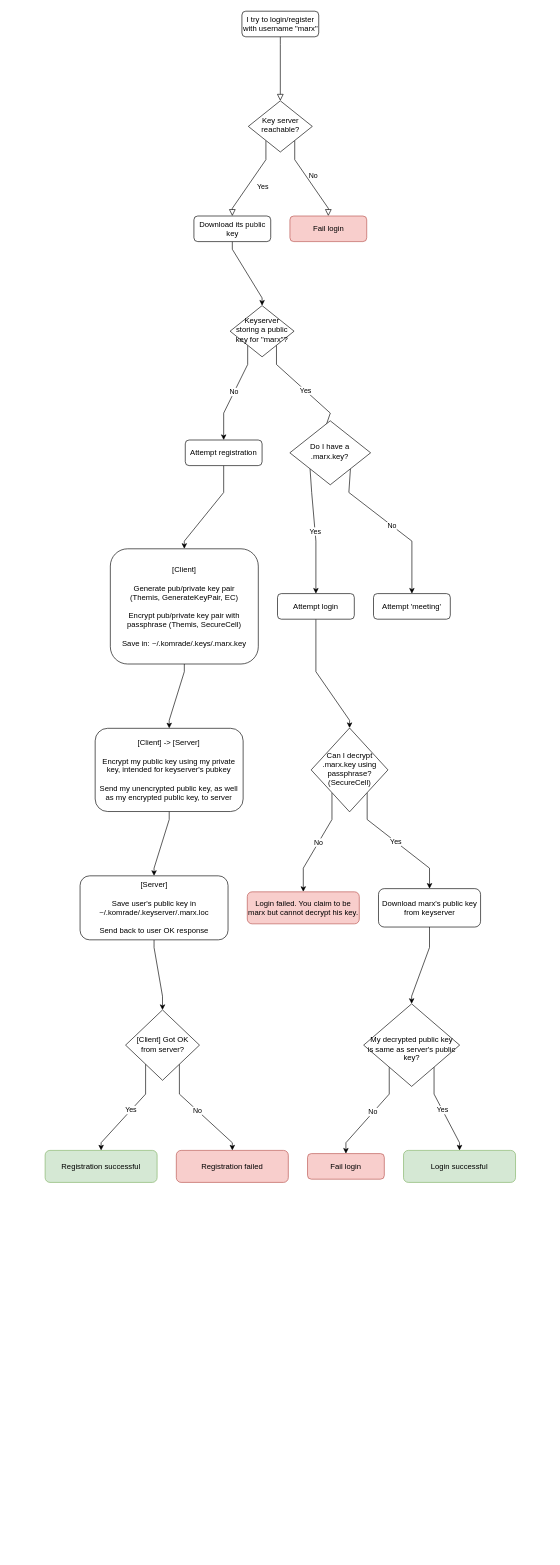
This is cryptosystems.drawio from ComradOrg/Comrad, a draw.io file, before an edit. Source tidied: cells renumbered, new cells numbered last; positions are measured from the earlier drawing's top-left corner, leaving out a move shared by most shapes. Both pictures are drawn from the tidied source at 64%, with x=0, y=0 at pixel (45, 11).
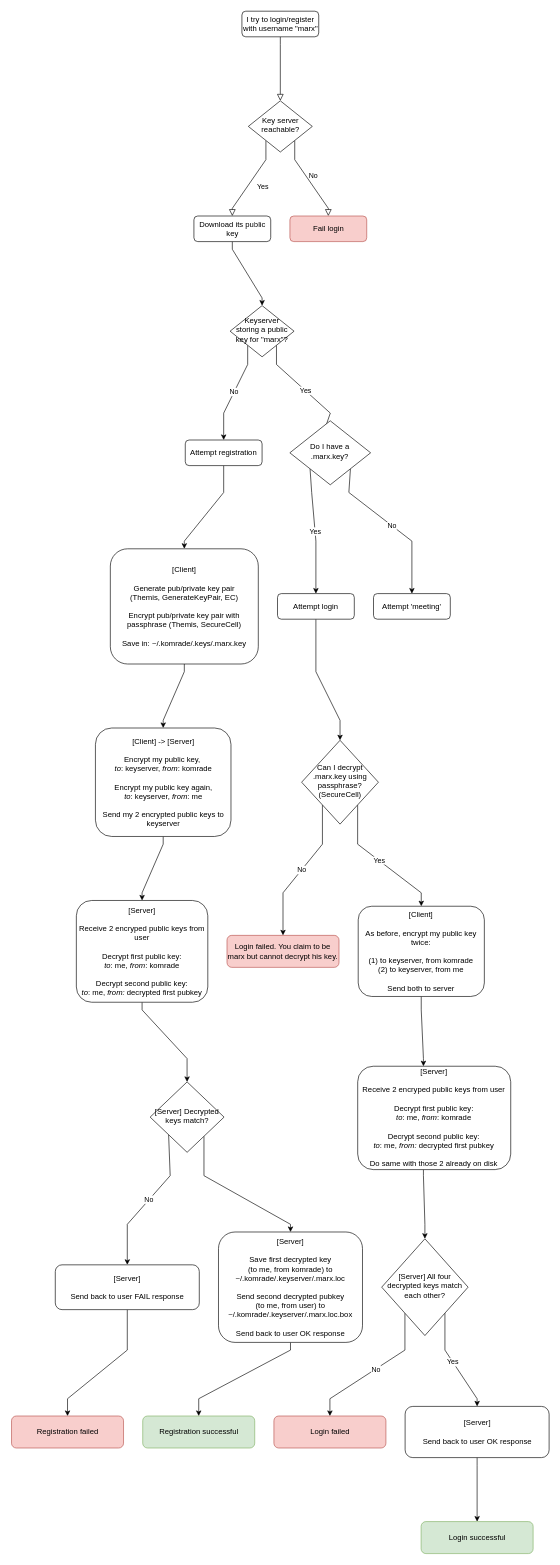
After the change.

Unchanged cells that the change refers to:
```xml
<mxCell id="20" value="Attempt login" style="rounded=1;whiteSpace=wrap;html=1;fontSize=12;glass=0;strokeWidth=1;shadow=0;" parent="1" vertex="1">
  <mxGeometry x="363.1" y="910" width="120" height="40" as="geometry" />
</mxCell>
<mxCell id="22" value="&lt;div&gt;&lt;span&gt;[Client]&lt;/span&gt;&lt;/div&gt;&lt;div&gt;&lt;span&gt;&lt;br&gt;&lt;/span&gt;&lt;/div&gt;&lt;span&gt;Generate pub/private key pair&lt;br&gt;(Themis, GenerateKeyPair, EC)&lt;br&gt;&lt;/span&gt;&lt;br&gt;&lt;span&gt;Encrypt pub/private key pair with passphrase&amp;nbsp;&lt;/span&gt;&lt;span&gt;(Themis, SecureCell)&lt;br&gt;&lt;/span&gt;&lt;br&gt;&lt;span&gt;Save in:&amp;nbsp;&lt;/span&gt;&lt;span&gt;~/.komrade/.keys/.marx.key&lt;/span&gt;" style="rounded=1;whiteSpace=wrap;html=1;fontSize=12;glass=0;strokeWidth=1;shadow=0;align=center;" parent="1" vertex="1">
  <mxGeometry x="101.9" y="840" width="231.2" height="180" as="geometry" />
</mxCell>
```

The edit, as a diff of the source:
```diff
@@
     <mxCell id="19" style="edgeStyle=orthogonalEdgeStyle;rounded=0;jettySize=auto;html=1;noEdgeStyle=1;orthogonal=1;entryX=0.5;entryY=0;entryDx=0;entryDy=0;" parent="1" edge="1" source="20" target="25">
       <mxGeometry relative="1" as="geometry">
         <Array as="points">
           <mxPoint x="423.1" y="1032" />
-          <mxPoint x="475.7" y="1108" />
+          <mxPoint x="460.8" y="1108" />
         </Array>
       </mxGeometry>
     </mxCell>
@@
     <mxCell id="21" style="edgeStyle=orthogonalEdgeStyle;rounded=0;jettySize=auto;html=1;noEdgeStyle=1;orthogonal=1;" parent="1" edge="1" source="22" target="42">
       <mxGeometry relative="1" as="geometry">
         <Array as="points">
           <mxPoint x="217.5" y="1032" />
-          <mxPoint x="193.9" y="1108" />
+          <mxPoint x="184.5" y="1108" />
         </Array>
       </mxGeometry>
     </mxCell>
@@
     <mxCell id="23" value="No" style="edgeStyle=orthogonalEdgeStyle;rounded=0;jettySize=auto;html=1;entryX=0.5;entryY=0;entryDx=0;entryDy=0;noEdgeStyle=1;orthogonal=1;" parent="1" edge="1" source="25" target="33">
       <mxGeometry relative="1" as="geometry">
         <Array as="points">
-          <mxPoint x="448.2" y="1263" />
-          <mxPoint x="403.4" y="1339" />
+          <mxPoint x="433.3" y="1301.5" />
+          <mxPoint x="371.7" y="1377.5" />
         </Array>
       </mxGeometry>
     </mxCell>
     <mxCell id="24" value="Yes" style="edgeStyle=orthogonalEdgeStyle;rounded=0;jettySize=auto;html=1;entryX=0.5;entryY=0;entryDx=0;entryDy=0;noEdgeStyle=1;orthogonal=1;" parent="1" edge="1" source="25" target="35">
       <mxGeometry relative="1" as="geometry">
         <Array as="points">
-          <mxPoint x="503.2" y="1263" />
-          <mxPoint x="600.6" y="1339" />
+          <mxPoint x="488.3" y="1301.5" />
+          <mxPoint x="587.7" y="1377.5" />
         </Array>
       </mxGeometry>
     </mxCell>
     <mxCell id="25" value="Can I decrypt .marx.key using passphrase? (SecureCell)" style="rhombus;whiteSpace=wrap;html=1;shadow=0;fontFamily=Helvetica;fontSize=12;align=center;strokeWidth=1;spacing=6;spacingTop=-4;" parent="1" vertex="1">
-      <mxGeometry x="415.7" y="1120" width="120" height="131" as="geometry" />
+      <mxGeometry x="400.8" y="1139.2" width="120" height="131" as="geometry" />
     </mxCell>
     <mxCell id="26" value="Registration successful" style="rounded=1;whiteSpace=wrap;html=1;fontSize=12;glass=0;strokeWidth=1;shadow=0;fillColor=#d5e8d4;strokeColor=#82b366;" parent="1" vertex="1">
-      <mxGeometry y="1780" width="175" height="50" as="geometry" />
+      <mxGeometry x="152.5" y="2195" width="175" height="50" as="geometry" />
     </mxCell>
-    <mxCell id="27" style="edgeStyle=orthogonalEdgeStyle;rounded=0;jettySize=auto;html=1;noEdgeStyle=1;orthogonal=1;" parent="1" edge="1" source="28" target="31">
+    <mxCell id="27" style="edgeStyle=orthogonalEdgeStyle;rounded=0;jettySize=auto;html=1;noEdgeStyle=1;orthogonal=1;" parent="1" edge="1" source="28" target="46">
       <mxGeometry relative="1" as="geometry">
         <Array as="points">
-          <mxPoint x="170.2" y="1463" />
-          <mxPoint x="183.4" y="1539" />
+          <mxPoint x="151.5" y="1560.5" />
+          <mxPoint x="221.8" y="1636.5" />
         </Array>
       </mxGeometry>
     </mxCell>
-    <mxCell id="28" value="&lt;div&gt;&lt;span&gt;[Server]&lt;/span&gt;&lt;/div&gt;&lt;div&gt;&lt;span&gt;&lt;br&gt;&lt;/span&gt;&lt;/div&gt;&lt;div&gt;Save user's public key in&lt;/div&gt;&lt;div&gt;~/.komrade/.keyserver/.marx.loc&lt;/div&gt;&lt;div&gt;&lt;br&gt;&lt;/div&gt;&lt;div&gt;&lt;div&gt;Send back to user OK response&lt;/div&gt;&lt;/div&gt;" style="rounded=1;whiteSpace=wrap;html=1;fontSize=12;glass=0;strokeWidth=1;shadow=0;align=center;" parent="1" vertex="1">
-      <mxGeometry x="54.6" y="1351" width="231.2" height="100" as="geometry" />
+    <mxCell id="28" value="&lt;div&gt;&lt;span&gt;[Server]&lt;/span&gt;&lt;/div&gt;&lt;div&gt;&lt;br&gt;&lt;/div&gt;&lt;div&gt;Receive 2 encryped public keys from user&lt;/div&gt;&lt;div&gt;&lt;br&gt;&lt;/div&gt;&lt;div&gt;Decrypt first public key:&lt;/div&gt;&lt;div&gt;&lt;i&gt;to&lt;/i&gt;: me,&amp;nbsp;&lt;span&gt;&lt;i&gt;from&lt;/i&gt;: komrade&lt;/span&gt;&lt;/div&gt;&lt;div&gt;&lt;br&gt;&lt;/div&gt;&lt;div&gt;Decrypt second public key:&lt;/div&gt;&lt;div&gt;&lt;i&gt;to&lt;/i&gt;: me, &lt;i&gt;from:&lt;/i&gt;&amp;nbsp;&lt;span&gt;decrypted first pubkey&lt;/span&gt;&lt;/div&gt;" style="rounded=1;whiteSpace=wrap;html=1;fontSize=12;glass=0;strokeWidth=1;shadow=0;align=center;" parent="1" vertex="1">
+      <mxGeometry x="48.8" y="1389.5" width="205.4" height="159" as="geometry" />
     </mxCell>
-    <mxCell id="29" value="Yes" style="edgeStyle=orthogonalEdgeStyle;rounded=0;jettySize=auto;html=1;noEdgeStyle=1;orthogonal=1;" parent="1" edge="1" source="31" target="26">
-      <mxGeometry relative="1" as="geometry">
-        <Array as="points">
-          <mxPoint x="157" y="1692" />
-          <mxPoint x="87.5" y="1768" />
-        </Array>
-      </mxGeometry>
-    </mxCell>
-    <mxCell id="30" value="No" style="edgeStyle=orthogonalEdgeStyle;rounded=0;jettySize=auto;html=1;noEdgeStyle=1;orthogonal=1;" parent="1" edge="1" source="31" target="32">
-      <mxGeometry relative="1" as="geometry">
-        <Array as="points">
-          <mxPoint x="209.8" y="1692" />
-          <mxPoint x="292.5" y="1768" />
-        </Array>
-      </mxGeometry>
-    </mxCell>
-    <mxCell id="31" value="[Client] Got OK from server?" style="rhombus;whiteSpace=wrap;html=1;shadow=0;fontFamily=Helvetica;fontSize=12;align=center;strokeWidth=1;spacing=6;spacingTop=-4;" parent="1" vertex="1">
-      <mxGeometry x="125.7" y="1560.5" width="115.5" height="110" as="geometry" />
-    </mxCell>
     <mxCell id="32" value="Registration failed" style="rounded=1;whiteSpace=wrap;html=1;fontSize=12;glass=0;strokeWidth=1;shadow=0;fillColor=#f8cecc;strokeColor=#b85450;" parent="1" vertex="1">
-      <mxGeometry x="205" y="1780" width="175" height="50" as="geometry" />
+      <mxGeometry x="-52.5" y="2195" width="175" height="50" as="geometry" />
     </mxCell>
     <mxCell id="33" value="Login failed. You claim to be marx but cannot decrypt his key." style="rounded=1;whiteSpace=wrap;html=1;fontSize=12;glass=0;strokeWidth=1;shadow=0;fillColor=#f8cecc;strokeColor=#b85450;" parent="1" vertex="1">
-      <mxGeometry x="315.9" y="1376" width="175" height="50" as="geometry" />
+      <mxGeometry x="284.2" y="1444" width="175" height="50" as="geometry" />
     </mxCell>
-    <mxCell id="34" style="edgeStyle=orthogonalEdgeStyle;rounded=0;jettySize=auto;html=1;noEdgeStyle=1;orthogonal=1;" parent="1" edge="1" source="35" target="38">
-      <mxGeometry relative="1" as="geometry">
-        <Array as="points">
-          <mxPoint x="600.6" y="1463" />
-          <mxPoint x="572.7" y="1539" />
-        </Array>
-      </mxGeometry>
-    </mxCell>
+    <mxCell id="43" style="edgeStyle=orthogonalEdgeStyle;rounded=0;jettySize=auto;html=1;noEdgeStyle=1;orthogonal=1;" parent="1" edge="1" source="35" target="50">
+      <mxGeometry relative="1" as="geometry">
+        <Array as="points">
+          <mxPoint x="587.7" y="1560.5" />
+          <mxPoint x="591.1" y="1636.5" />
+        </Array>
+      </mxGeometry>
+    </mxCell>
-    <mxCell id="35" value="&lt;div&gt;Download marx's public key from keyserver&lt;/div&gt;" style="rounded=1;whiteSpace=wrap;html=1;fontSize=12;glass=0;strokeWidth=1;shadow=0;align=center;" parent="1" vertex="1">
-      <mxGeometry x="520.9" y="1371" width="159.5" height="60" as="geometry" />
+    <mxCell id="35" value="&lt;div&gt;[Client]&lt;/div&gt;&lt;div&gt;&lt;br&gt;&lt;/div&gt;&lt;div&gt;As before, encrypt my public key twice:&lt;/div&gt;&lt;div&gt;&lt;br&gt;&lt;/div&gt;&lt;div&gt;(1) to keyserver, from komrade&lt;/div&gt;&lt;div&gt;(2) to keyserver, from me&lt;/div&gt;&lt;div&gt;&lt;br&gt;&lt;/div&gt;&lt;div&gt;Send both to server&lt;/div&gt;" style="rounded=1;whiteSpace=wrap;html=1;fontSize=12;glass=0;strokeWidth=1;shadow=0;align=center;" parent="1" vertex="1">
+      <mxGeometry x="489.2" y="1398.5" width="197.1" height="141" as="geometry" />
     </mxCell>
-    <mxCell id="36" value="No" style="edgeStyle=orthogonalEdgeStyle;rounded=0;jettySize=auto;html=1;noEdgeStyle=1;orthogonal=1;" parent="1" edge="1" source="38" target="39">
-      <mxGeometry relative="1" as="geometry">
-        <Array as="points">
-          <mxPoint x="537.7" y="1692" />
-          <mxPoint x="470" y="1768" />
-        </Array>
-      </mxGeometry>
-    </mxCell>
-    <mxCell id="37" value="Yes" style="edgeStyle=orthogonalEdgeStyle;rounded=0;jettySize=auto;html=1;entryX=0.5;entryY=0;entryDx=0;entryDy=0;noEdgeStyle=1;orthogonal=1;" parent="1" edge="1" source="38" target="40">
-      <mxGeometry relative="1" as="geometry">
-        <Array as="points">
-          <mxPoint x="607.7" y="1692" />
-          <mxPoint x="647.5" y="1768" />
-        </Array>
-      </mxGeometry>
-    </mxCell>
-    <mxCell id="38" value="&lt;br&gt;My decrypted public key is same as server's public key?&lt;br&gt;" style="rhombus;whiteSpace=wrap;html=1;shadow=0;fontFamily=Helvetica;fontSize=12;align=center;strokeWidth=1;spacing=6;spacingTop=-4;rounded=0;" parent="1" vertex="1">
-      <mxGeometry x="497.7" y="1551" width="150" height="129" as="geometry" />
-    </mxCell>
-    <mxCell id="39" value="Fail login" style="rounded=1;whiteSpace=wrap;html=1;fontSize=12;glass=0;strokeWidth=1;shadow=0;fillColor=#f8cecc;strokeColor=#b85450;" parent="1" vertex="1">
-      <mxGeometry x="410" y="1785" width="120" height="40" as="geometry" />
-    </mxCell>
-    <mxCell id="40" value="Login successful" style="rounded=1;whiteSpace=wrap;html=1;fontSize=12;glass=0;strokeWidth=1;shadow=0;fillColor=#d5e8d4;strokeColor=#82b366;" parent="1" vertex="1">
-      <mxGeometry x="560" y="1780" width="175" height="50" as="geometry" />
-    </mxCell>
     <mxCell id="41" style="edgeStyle=orthogonalEdgeStyle;rounded=0;jettySize=auto;html=1;noEdgeStyle=1;orthogonal=1;" parent="1" edge="1" source="42" target="28">
       <mxGeometry relative="1" as="geometry">
         <Array as="points">
-          <mxPoint x="193.9" y="1263" />
-          <mxPoint x="170.2" y="1339" />
+          <mxPoint x="184.5" y="1301.5" />
+          <mxPoint x="151.5" y="1377.5" />
         </Array>
       </mxGeometry>
     </mxCell>
-    <mxCell id="42" value="&lt;div&gt;&lt;span&gt;[Client] -&amp;gt; [Server]&lt;/span&gt;&lt;/div&gt;&lt;div&gt;&lt;br&gt;&lt;/div&gt;&lt;div&gt;Encrypt my public key using my private key, intended for keyserver's pubkey&lt;/div&gt;&lt;div&gt;&lt;br&gt;&lt;/div&gt;&lt;div&gt;Send my unencrypted public key, as well as my encrypted public key, to server&lt;/div&gt;" style="rounded=1;whiteSpace=wrap;html=1;fontSize=12;glass=0;strokeWidth=1;shadow=0;align=center;" parent="1" vertex="1">
-      <mxGeometry x="78.2" y="1120.5" width="231.2" height="130" as="geometry" />
+    <mxCell id="42" value="&lt;div&gt;&lt;span&gt;[Client] -&amp;gt; [Server]&lt;/span&gt;&lt;/div&gt;&lt;div&gt;&lt;br&gt;&lt;/div&gt;&lt;div&gt;Encrypt my public key,&amp;nbsp;&lt;/div&gt;&lt;div&gt;&lt;span&gt;&lt;i&gt;to&lt;/i&gt;: keyserver,&amp;nbsp;&lt;/span&gt;&lt;i&gt;from&lt;/i&gt;&lt;span&gt;: komrade&lt;/span&gt;&lt;/div&gt;&lt;div&gt;&lt;br&gt;&lt;/div&gt;&lt;div&gt;Encrypt my public key again,&lt;/div&gt;&lt;div&gt;&lt;i&gt;to&lt;/i&gt;: keyserver,&amp;nbsp;&lt;i&gt;from&lt;/i&gt;&lt;span&gt;: me&lt;/span&gt;&lt;/div&gt;&lt;div&gt;&lt;br&gt;&lt;/div&gt;&lt;div&gt;Send my 2 encrypted public keys to keyserver&lt;/div&gt;" style="rounded=1;whiteSpace=wrap;html=1;fontSize=12;glass=0;strokeWidth=1;shadow=0;align=center;" parent="1" vertex="1">
+      <mxGeometry x="78.6" y="1120" width="211.8" height="169.5" as="geometry" />
     </mxCell>
+    <mxCell id="44" value="No" style="edgeStyle=orthogonalEdgeStyle;rounded=0;jettySize=auto;html=1;noEdgeStyle=1;orthogonal=1;exitX=0;exitY=1;exitDx=0;exitDy=0;" parent="1" edge="1" source="46" target="57">
+      <mxGeometry relative="1" as="geometry">
+        <Array as="points">
+          <mxPoint x="195.4" y="1819.5" />
+          <mxPoint x="128.4" y="1895.5" />
+        </Array>
+      </mxGeometry>
+    </mxCell>
+    <mxCell id="45" style="edgeStyle=orthogonalEdgeStyle;rounded=0;jettySize=auto;html=1;noEdgeStyle=1;orthogonal=1;" parent="1" edge="1" source="46" target="48">
+      <mxGeometry relative="1" as="geometry">
+        <Array as="points">
+          <mxPoint x="248.2" y="1819.5" />
+          <mxPoint x="383.4" y="1895.5" />
+        </Array>
+      </mxGeometry>
+    </mxCell>
+    <mxCell id="46" value="[Server] Decrypted keys match?" style="rhombus;whiteSpace=wrap;html=1;shadow=0;fontFamily=Helvetica;fontSize=12;align=center;strokeWidth=1;spacing=6;spacingTop=-4;" parent="1" vertex="1">
+      <mxGeometry x="164.1" y="1673" width="115.5" height="110" as="geometry" />
+    </mxCell>
+    <mxCell id="47" style="edgeStyle=orthogonalEdgeStyle;rounded=0;jettySize=auto;html=1;noEdgeStyle=1;orthogonal=1;" parent="1" edge="1" source="48" target="26">
+      <mxGeometry relative="1" as="geometry">
+        <Array as="points">
+          <mxPoint x="383.4" y="2092" />
+          <mxPoint x="240" y="2168" />
+        </Array>
+      </mxGeometry>
+    </mxCell>
+    <mxCell id="48" value="&lt;div&gt;&lt;span&gt;[Server]&lt;/span&gt;&lt;/div&gt;&lt;div&gt;&lt;span&gt;&lt;br&gt;&lt;/span&gt;&lt;/div&gt;&lt;div&gt;Save first decrypted key&lt;/div&gt;&lt;div&gt;(to me, from komrade) to&lt;/div&gt;&lt;div&gt;~/.komrade/.keyserver/.marx.loc&lt;/div&gt;&lt;div&gt;&lt;br&gt;&lt;/div&gt;&lt;div&gt;Send second decrypted pubkey&lt;/div&gt;&lt;div&gt;(to me, from user) to&lt;/div&gt;&lt;div&gt;~/.komrade/.keyserver/.marx.loc.box&lt;/div&gt;&lt;div&gt;&lt;br&gt;&lt;/div&gt;&lt;div&gt;&lt;div&gt;Send back to user OK response&lt;/div&gt;&lt;/div&gt;" style="rounded=1;whiteSpace=wrap;html=1;fontSize=12;glass=0;strokeWidth=1;shadow=0;align=center;" parent="1" vertex="1">
+      <mxGeometry x="270.9" y="1907.5" width="225" height="172.5" as="geometry" />
+    </mxCell>
+    <mxCell id="49" style="edgeStyle=orthogonalEdgeStyle;rounded=0;jettySize=auto;html=1;noEdgeStyle=1;orthogonal=1;" parent="1" edge="1" source="50" target="53">
+      <mxGeometry relative="1" as="geometry">
+        <Array as="points">
+          <mxPoint x="591.1" y="1819.5" />
+          <mxPoint x="593.4" y="1895.5" />
+        </Array>
+      </mxGeometry>
+    </mxCell>
+    <mxCell id="50" value="&lt;div&gt;&lt;span&gt;[Server]&lt;/span&gt;&lt;/div&gt;&lt;div&gt;&lt;br&gt;&lt;/div&gt;&lt;div&gt;Receive 2 encryped public keys from user&lt;/div&gt;&lt;div&gt;&lt;br&gt;&lt;/div&gt;&lt;div&gt;Decrypt first public key:&lt;/div&gt;&lt;div&gt;&lt;i&gt;to&lt;/i&gt;: me,&amp;nbsp;&lt;span&gt;&lt;i&gt;from&lt;/i&gt;: komrade&lt;/span&gt;&lt;/div&gt;&lt;div&gt;&lt;br&gt;&lt;/div&gt;&lt;div&gt;Decrypt second public key:&lt;/div&gt;&lt;div&gt;&lt;i&gt;to&lt;/i&gt;: me, &lt;i&gt;from:&lt;/i&gt;&amp;nbsp;&lt;span&gt;decrypted first pubkey&lt;/span&gt;&lt;/div&gt;&lt;div&gt;&lt;span&gt;&lt;br&gt;&lt;/span&gt;&lt;/div&gt;&lt;div&gt;&lt;span&gt;Do same with those 2 already on disk&lt;/span&gt;&lt;/div&gt;" style="rounded=1;whiteSpace=wrap;html=1;fontSize=12;glass=0;strokeWidth=1;shadow=0;align=center;" parent="1" vertex="1">
+      <mxGeometry x="488.4" y="1648.5" width="239.1" height="161.5" as="geometry" />
+    </mxCell>
+    <mxCell id="51" value="Login failed" style="rounded=1;whiteSpace=wrap;html=1;fontSize=12;glass=0;strokeWidth=1;shadow=0;fillColor=#f8cecc;strokeColor=#b85450;" parent="1" vertex="1">
+      <mxGeometry x="357.5" y="2195" width="175" height="50" as="geometry" />
+    </mxCell>
+    <mxCell id="52" value="No" style="edgeStyle=orthogonalEdgeStyle;rounded=0;jettySize=auto;html=1;noEdgeStyle=1;orthogonal=1;" parent="1" edge="1" source="53" target="51">
+      <mxGeometry relative="1" as="geometry">
+        <Array as="points">
+          <mxPoint x="562.2" y="2092" />
+          <mxPoint x="445" y="2168" />
+        </Array>
+      </mxGeometry>
+    </mxCell>
+    <mxCell id="29" value="Yes" style="edgeStyle=orthogonalEdgeStyle;rounded=0;jettySize=auto;html=1;noEdgeStyle=1;orthogonal=1;" parent="1" edge="1" source="53" target="55">
+      <mxGeometry relative="1" as="geometry">
+        <Array as="points">
+          <mxPoint x="624.7" y="2092" />
+          <mxPoint x="675" y="2168" />
+        </Array>
+      </mxGeometry>
+    </mxCell>
+    <mxCell id="53" value="[Server] All four decrypted keys match each other?" style="rhombus;whiteSpace=wrap;html=1;shadow=0;fontFamily=Helvetica;fontSize=12;align=center;strokeWidth=1;spacing=6;spacingTop=-4;" parent="1" vertex="1">
+      <mxGeometry x="525.9" y="1918.1" width="135" height="151.2" as="geometry" />
+    </mxCell>
+    <mxCell id="54" style="edgeStyle=orthogonalEdgeStyle;rounded=0;jettySize=auto;html=1;noEdgeStyle=1;orthogonal=1;" parent="1" edge="1" source="55" target="40">
+      <mxGeometry relative="1" as="geometry">
+        <Array as="points">
+          <mxPoint x="675" y="2272" />
+          <mxPoint x="675" y="2348" />
+        </Array>
+      </mxGeometry>
+    </mxCell>
+    <mxCell id="55" value="&lt;div&gt;&lt;span&gt;[Server]&lt;/span&gt;&lt;/div&gt;&lt;div&gt;&lt;span&gt;&lt;br&gt;&lt;/span&gt;&lt;/div&gt;&lt;div&gt;&lt;span&gt;Send back to user OK response&lt;/span&gt;&lt;br&gt;&lt;/div&gt;" style="rounded=1;whiteSpace=wrap;html=1;fontSize=12;glass=0;strokeWidth=1;shadow=0;align=center;" parent="1" vertex="1">
+      <mxGeometry x="562.5" y="2180" width="225" height="80" as="geometry" />
+    </mxCell>
+    <mxCell id="56" style="edgeStyle=orthogonalEdgeStyle;rounded=0;jettySize=auto;html=1;entryX=0.5;entryY=0;entryDx=0;entryDy=0;noEdgeStyle=1;orthogonal=1;" parent="1" edge="1" source="57" target="32">
+      <mxGeometry relative="1" as="geometry">
+        <Array as="points">
+          <mxPoint x="128.4" y="2092" />
+          <mxPoint x="35" y="2168" />
+        </Array>
+      </mxGeometry>
+    </mxCell>
+    <mxCell id="57" value="&lt;div&gt;&lt;span&gt;[Server]&lt;/span&gt;&lt;br&gt;&lt;/div&gt;&lt;div&gt;&lt;span&gt;&lt;br&gt;&lt;/span&gt;&lt;/div&gt;&lt;div&gt;&lt;span&gt;Send back to user FAIL response&lt;/span&gt;&lt;br&gt;&lt;/div&gt;" style="rounded=1;whiteSpace=wrap;html=1;fontSize=12;glass=0;strokeWidth=1;shadow=0;align=center;" parent="1" vertex="1">
+      <mxGeometry x="15.9" y="1958.8" width="225" height="70" as="geometry" />
+    </mxCell>
+    <mxCell id="40" value="Login successful" style="rounded=1;whiteSpace=wrap;html=1;fontSize=12;glass=0;strokeWidth=1;shadow=0;fillColor=#d5e8d4;strokeColor=#82b366;" parent="1" vertex="1">
+      <mxGeometry x="587.5" y="2360" width="175" height="50" as="geometry" />
+    </mxCell>
```
